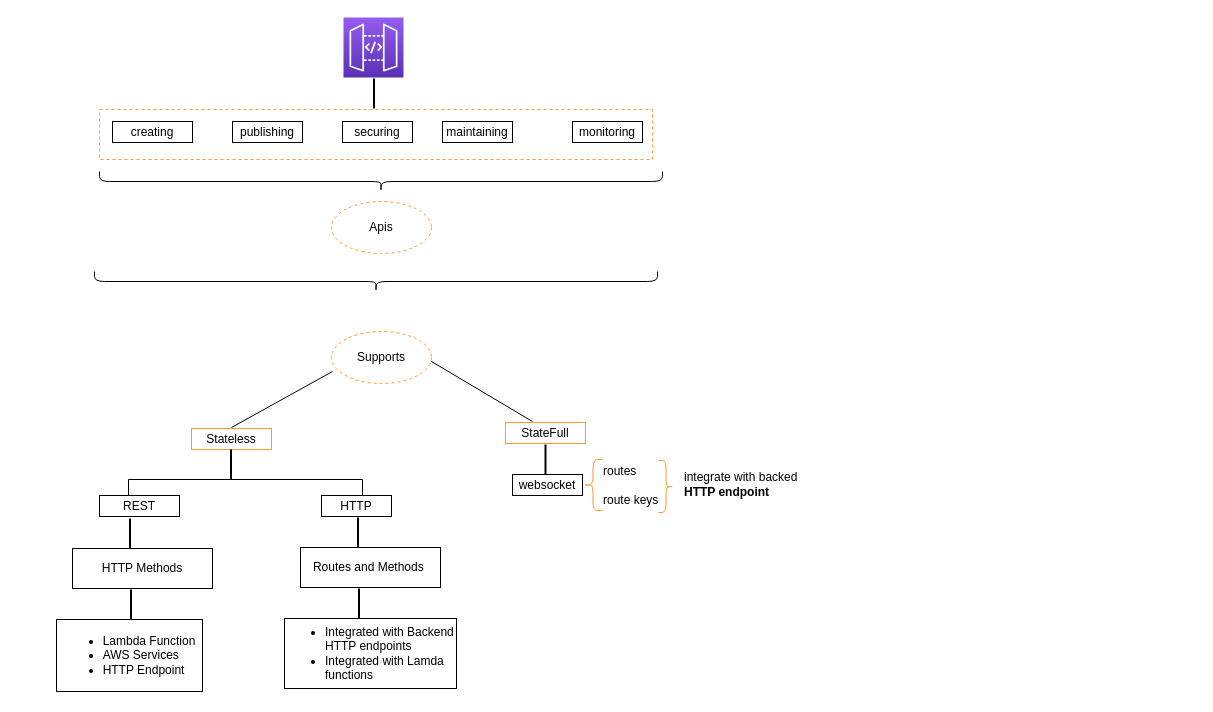
Above: certification/apigateway/api_gateway.drawio in ldipotetjob/AWS (draw.io), before the change. Source tidied: cells renumbered, new cells numbered last; positions are measured from the earlier drawing's top-left corner, leaving out a move shared by most shapes. Both pictures are drawn from the tidied source at 100%, with x=0, y=0 at pixel (56, 17).
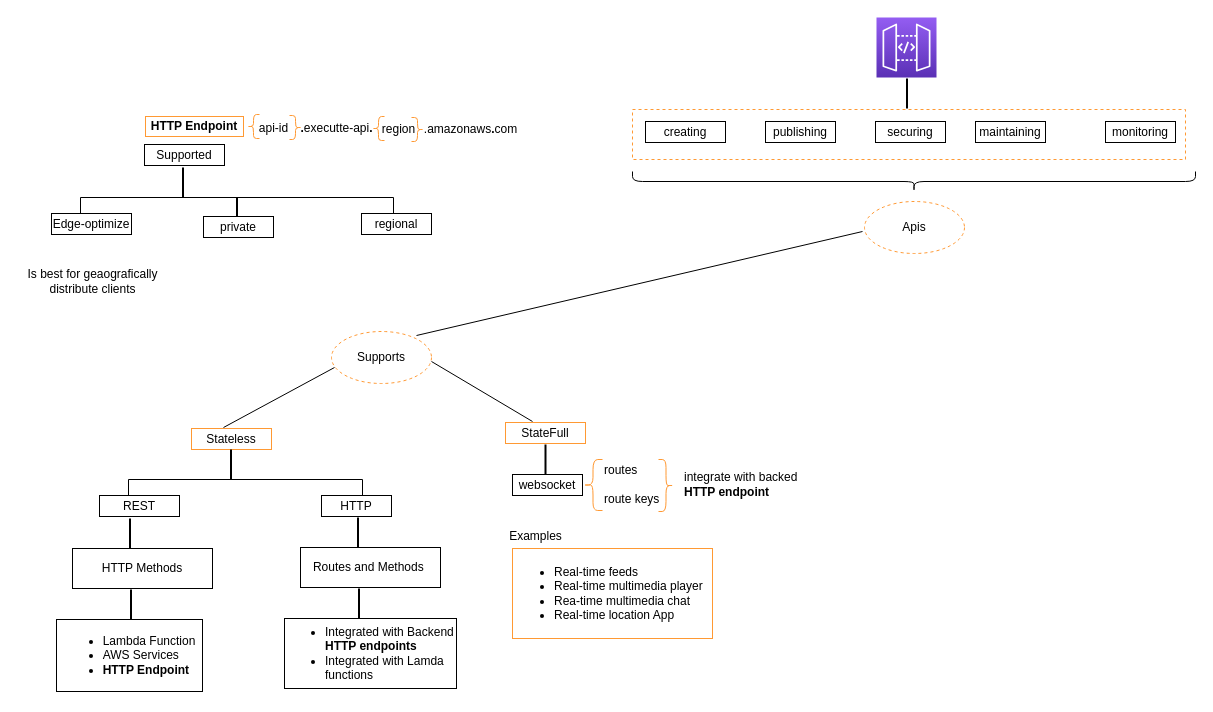
Above is the later version.

The change refers to these unchanged cells:
```xml
<mxCell id="18" value="Supports" style="ellipse;whiteSpace=wrap;html=1;dashed=1;strokeColor=#FF9933;fillColor=none;" parent="1" vertex="1">
  <mxGeometry x="275" y="314" width="100" height="52" as="geometry" />
</mxCell>
```

Diff of the diagram source:
```diff
@@
     <mxCell id="2" style="rounded=0;whiteSpace=wrap;html=1;dashed=1;fillColor=none;strokeColor=#FF9933;" parent="1" vertex="1">
-      <mxGeometry x="43" y="92" width="553" height="50" as="geometry" />
+      <mxGeometry x="576" y="92" width="553" height="50" as="geometry" />
     </mxCell>
     <mxCell id="3" style="sketch=0;fontColor=#232F3E;gradientColor=#945DF2;gradientDirection=north;fillColor=#5A30B5;strokeColor=#ffffff;dashed=0;verticalLabelPosition=bottom;verticalAlign=top;align=center;html=1;fontSize=12;fontStyle=0;shape=mxgraph.aws4.resourceIcon;resIcon=mxgraph.aws4.api_gateway;" parent="1" vertex="1">
-      <mxGeometry x="287" width="60" height="60" as="geometry" />
+      <mxGeometry x="820" width="60" height="60" as="geometry" />
     </mxCell>
     <mxCell id="4" value="creating" style="rounded=0;whiteSpace=wrap;html=1;" parent="1" vertex="1">
-      <mxGeometry x="56" y="104" width="80" height="21" as="geometry" />
+      <mxGeometry x="589" y="104" width="80" height="21" as="geometry" />
     </mxCell>
     <mxCell id="5" value="publishing" style="rounded=0;whiteSpace=wrap;html=1;" parent="1" vertex="1">
-      <mxGeometry x="176" y="104" width="70" height="21" as="geometry" />
+      <mxGeometry x="709" y="104" width="70" height="21" as="geometry" />
     </mxCell>
     <mxCell id="6" value="securing" style="rounded=0;whiteSpace=wrap;html=1;" parent="1" vertex="1">
-      <mxGeometry x="286" y="104" width="70" height="21" as="geometry" />
+      <mxGeometry x="819" y="104" width="70" height="21" as="geometry" />
     </mxCell>
     <mxCell id="7" value="maintaining" style="rounded=0;whiteSpace=wrap;html=1;" parent="1" vertex="1">
-      <mxGeometry x="386" y="104" width="70" height="21" as="geometry" />
+      <mxGeometry x="919" y="104" width="70" height="21" as="geometry" />
     </mxCell>
     <mxCell id="8" value="monitoring" style="rounded=0;whiteSpace=wrap;html=1;" parent="1" vertex="1">
-      <mxGeometry x="516" y="104" width="70" height="21" as="geometry" />
+      <mxGeometry x="1049" y="104" width="70" height="21" as="geometry" />
     </mxCell>
@@
     <mxCell id="10" value="Apis" style="ellipse;whiteSpace=wrap;html=1;dashed=1;strokeColor=#FF9933;fillColor=none;" parent="1" vertex="1">
-      <mxGeometry x="275" y="184" width="100" height="52" as="geometry" />
+      <mxGeometry x="808" y="184" width="100" height="52" as="geometry" />
     </mxCell>
@@
-    <mxCell id="14" value="&lt;div style=&quot;text-align: left&quot;&gt;&lt;ul&gt;&lt;li&gt;&lt;span&gt;Integrated with Backend HTTP endpoints&lt;/span&gt;&lt;/li&gt;&lt;li&gt;&lt;span&gt;Integrated with Lamda functions&lt;/span&gt;&lt;/li&gt;&lt;/ul&gt;&lt;/div&gt;" style="rounded=0;whiteSpace=wrap;html=1;" parent="1" vertex="1">
+    <mxCell id="14" value="&lt;div style=&quot;text-align: left&quot;&gt;&lt;ul&gt;&lt;li&gt;Integrated with Backend &lt;b&gt;HTTP endpoints&lt;/b&gt;&lt;/li&gt;&lt;li&gt;&lt;span&gt;Integrated with Lamda functions&lt;/span&gt;&lt;/li&gt;&lt;/ul&gt;&lt;/div&gt;" style="rounded=0;whiteSpace=wrap;html=1;" parent="1" vertex="1">
       <mxGeometry x="228" y="601" width="172" height="70" as="geometry" />
     </mxCell>
@@
     <mxCell id="16" style="shape=curlyBracket;whiteSpace=wrap;html=1;rounded=1;flipH=1;direction=north;" parent="1" vertex="1">
-      <mxGeometry x="43" y="154" width="563" height="20" as="geometry" />
+      <mxGeometry x="576" y="154" width="563" height="20" as="geometry" />
     </mxCell>
-    <mxCell id="17" style="shape=curlyBracket;whiteSpace=wrap;html=1;rounded=1;flipH=1;direction=north;" parent="1" vertex="1">
-      <mxGeometry x="38" y="254" width="563" height="20" as="geometry" />
-    </mxCell>
@@
     <mxCell id="19" style="line;strokeWidth=2;direction=south;html=1;" parent="1" vertex="1">
-      <mxGeometry x="317" y="61" width="1" height="30" as="geometry" />
+      <mxGeometry x="850" y="61" width="1" height="30" as="geometry" />
     </mxCell>
@@
-    <mxCell id="26" value="&lt;div style=&quot;text-align: left&quot;&gt;&lt;ul&gt;&lt;li&gt;Lambda Function&lt;/li&gt;&lt;li&gt;AWS Services&lt;/li&gt;&lt;li&gt;HTTP Endpoint&lt;/li&gt;&lt;/ul&gt;&lt;/div&gt;" style="rounded=0;whiteSpace=wrap;html=1;" parent="1" vertex="1">
+    <mxCell id="26" value="&lt;div style=&quot;text-align: left&quot;&gt;&lt;ul&gt;&lt;li&gt;Lambda Function&lt;/li&gt;&lt;li&gt;AWS Services&lt;/li&gt;&lt;li&gt;&lt;b&gt;HTTP Endpoint&lt;/b&gt;&lt;/li&gt;&lt;/ul&gt;&lt;/div&gt;" style="rounded=0;whiteSpace=wrap;html=1;" parent="1" vertex="1">
       <mxGeometry y="602" width="146" height="72" as="geometry" />
     </mxCell>
@@
-    <mxCell id="29" style="endArrow=none;html=1;rounded=0;entryX=0.01;entryY=0.769;entryDx=0;entryDy=0;entryPerimeter=0;" parent="1" edge="1" target="18">
+    <mxCell id="29" style="endArrow=none;html=1;rounded=0;" parent="1" edge="1">
       <mxGeometry relative="1" as="geometry">
-        <mxPoint x="175" y="410" as="sourcePoint" />
+        <mxPoint x="167" y="410" as="sourcePoint" />
+        <mxPoint x="278" y="350" as="targetPoint" />
       </mxGeometry>
     </mxCell>
@@
     <mxCell id="33" style="shape=curlyBracket;whiteSpace=wrap;html=1;rounded=1;strokeColor=#FF9933;fillColor=none;rotation=-180;" parent="1" vertex="1">
-      <mxGeometry x="602" y="443" width="15" height="52" as="geometry" />
+      <mxGeometry x="602" y="442" width="15" height="52" as="geometry" />
     </mxCell>
     <mxCell id="34" value="routes&lt;br&gt;&lt;br&gt;route keys" style="text;html=1;align=left;verticalAlign=middle;strokeColor=none;fillColor=none;" parent="1" vertex="1">
-      <mxGeometry x="545" y="443" width="70" height="50" as="geometry" />
+      <mxGeometry x="546" y="442" width="70" height="50" as="geometry" />
     </mxCell>
@@
+    <mxCell id="36" value="&lt;ul&gt;&lt;li&gt;Real-time feeds&lt;/li&gt;&lt;li&gt;Real-time multimedia player&lt;/li&gt;&lt;li&gt;Rea-time multimedia chat&lt;/li&gt;&lt;li&gt;Real-time location App&lt;/li&gt;&lt;/ul&gt;" style="text;html=1;align=left;verticalAlign=middle;strokeColor=#FF9933;fillColor=none;" parent="1" vertex="1">
+      <mxGeometry x="456" y="531" width="200" height="90" as="geometry" />
+    </mxCell>
+    <mxCell id="37" value="Examples" style="text;html=1;align=center;verticalAlign=middle;strokeColor=none;fillColor=none;" parent="1" vertex="1">
+      <mxGeometry x="444" y="509" width="70" height="20" as="geometry" />
+    </mxCell>
+    <mxCell id="38" style="endArrow=none;html=1;rounded=0;" parent="1" edge="1">
+      <mxGeometry relative="1" as="geometry">
+        <mxPoint x="360" y="318" as="sourcePoint" />
+        <mxPoint x="806" y="214" as="targetPoint" />
+      </mxGeometry>
+    </mxCell>
+    <mxCell id="39" value="&lt;b&gt;HTTP Endpoint&lt;/b&gt;" style="rounded=0;whiteSpace=wrap;html=1;fillColor=none;strokeColor=#FF9933;" parent="1" vertex="1">
+      <mxGeometry x="89" y="99" width="98" height="20" as="geometry" />
+    </mxCell>
+    <mxCell id="40" value="Edge-optimize" style="rounded=0;whiteSpace=wrap;html=1;" parent="1" vertex="1">
+      <mxGeometry x="-5" y="196" width="80" height="21" as="geometry" />
+    </mxCell>
+    <mxCell id="41" value="regional" style="rounded=0;whiteSpace=wrap;html=1;" parent="1" vertex="1">
+      <mxGeometry x="305" y="196" width="70" height="21" as="geometry" />
+    </mxCell>
+    <mxCell id="42" style="line;strokeWidth=2;direction=south;html=1;" parent="1" vertex="1">
+      <mxGeometry x="126" y="150" width="1" height="30" as="geometry" />
+    </mxCell>
+    <mxCell id="43" style="shape=partialRectangle;whiteSpace=wrap;html=1;bottom=1;right=1;left=1;top=0;fillColor=none;routingCenterX=-0.5;rotation=-180;direction=east;" parent="1" vertex="1">
+      <mxGeometry x="24" y="180" width="313" height="15" as="geometry" />
+    </mxCell>
+    <mxCell id="44" value="Supported" style="rounded=0;whiteSpace=wrap;html=1;" parent="1" vertex="1">
+      <mxGeometry x="88" y="127" width="80" height="21" as="geometry" />
+    </mxCell>
+    <mxCell id="45" style="line;strokeWidth=2;direction=south;html=1;" parent="1" vertex="1">
+      <mxGeometry x="170.5" y="180" width="20" height="19" as="geometry" />
+    </mxCell>
+    <mxCell id="46" value="private" style="rounded=0;whiteSpace=wrap;html=1;" parent="1" vertex="1">
+      <mxGeometry x="147" y="199" width="70" height="21" as="geometry" />
+    </mxCell>
+    <mxCell id="47" style="shape=curlyBracket;whiteSpace=wrap;html=1;rounded=1;strokeColor=#FF9933;fillColor=none;" parent="1" vertex="1">
+      <mxGeometry x="191" y="97" width="12" height="24" as="geometry" />
+    </mxCell>
+    <mxCell id="48" style="shape=curlyBracket;whiteSpace=wrap;html=1;rounded=1;strokeColor=#FF9933;fillColor=none;direction=west;" parent="1" vertex="1">
+      <mxGeometry x="233" y="98" width="12" height="24" as="geometry" />
+    </mxCell>
+    <mxCell id="49" value="api-id" style="text;html=1;align=center;verticalAlign=middle;strokeColor=none;fillColor=none;" parent="1" vertex="1">
+      <mxGeometry x="197" y="101" width="40" height="20" as="geometry" />
+    </mxCell>
+    <mxCell id="50" style="shape=curlyBracket;whiteSpace=wrap;html=1;rounded=1;strokeColor=#FF9933;fillColor=none;" parent="1" vertex="1">
+      <mxGeometry x="316" y="99" width="12" height="24" as="geometry" />
+    </mxCell>
+    <mxCell id="51" style="shape=curlyBracket;whiteSpace=wrap;html=1;rounded=1;strokeColor=#FF9933;fillColor=none;direction=west;" parent="1" vertex="1">
+      <mxGeometry x="355" y="100" width="12" height="24" as="geometry" />
+    </mxCell>
+    <mxCell id="52" value="region" style="text;html=1;align=center;verticalAlign=middle;strokeColor=none;fillColor=none;" parent="1" vertex="1">
+      <mxGeometry x="317" y="102" width="50" height="20" as="geometry" />
+    </mxCell>
+    <mxCell id="53" value="&lt;b&gt;.&lt;/b&gt;executte-api&lt;b&gt;.&lt;/b&gt;" style="text;html=1;align=center;verticalAlign=middle;strokeColor=none;fillColor=none;" parent="1" vertex="1">
+      <mxGeometry x="235" y="101" width="90" height="20" as="geometry" />
+    </mxCell>
+    <mxCell id="54" value=".amazonaws&lt;b&gt;.&lt;/b&gt;com" style="text;html=1;align=center;verticalAlign=middle;strokeColor=none;fillColor=none;" parent="1" vertex="1">
+      <mxGeometry x="359" y="102" width="110" height="20" as="geometry" />
+    </mxCell>
+    <mxCell id="55" value="Is best for geaografically&lt;br&gt;distribute clients" style="text;html=1;align=center;verticalAlign=middle;strokeColor=none;fillColor=none;flipV=1;flipH=1;" parent="1" vertex="1">
+      <mxGeometry x="-39" y="249" width="150" height="30" as="geometry" />
+    </mxCell>
```
